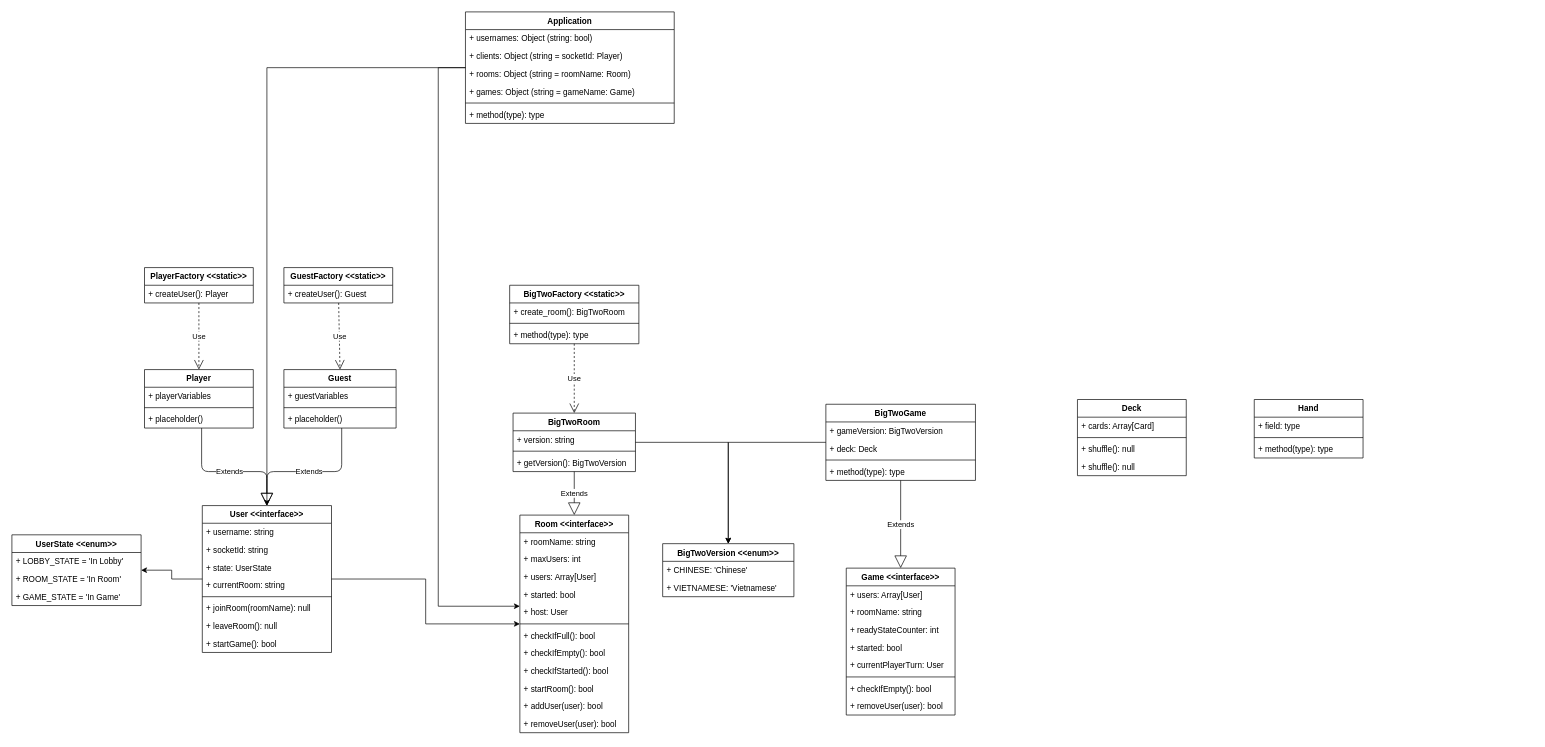
Earlier version of the draw.io diagram UML Diagram.drawio (yummyblabla/BigTwoNext). Source tidied: cells renumbered, new cells numbered last; positions are measured from the earlier drawing's top-left corner, leaving out a move shared by most shapes. Both pictures are drawn from the tidied source at 68%, with x=0, y=0 at pixel (12, 12).
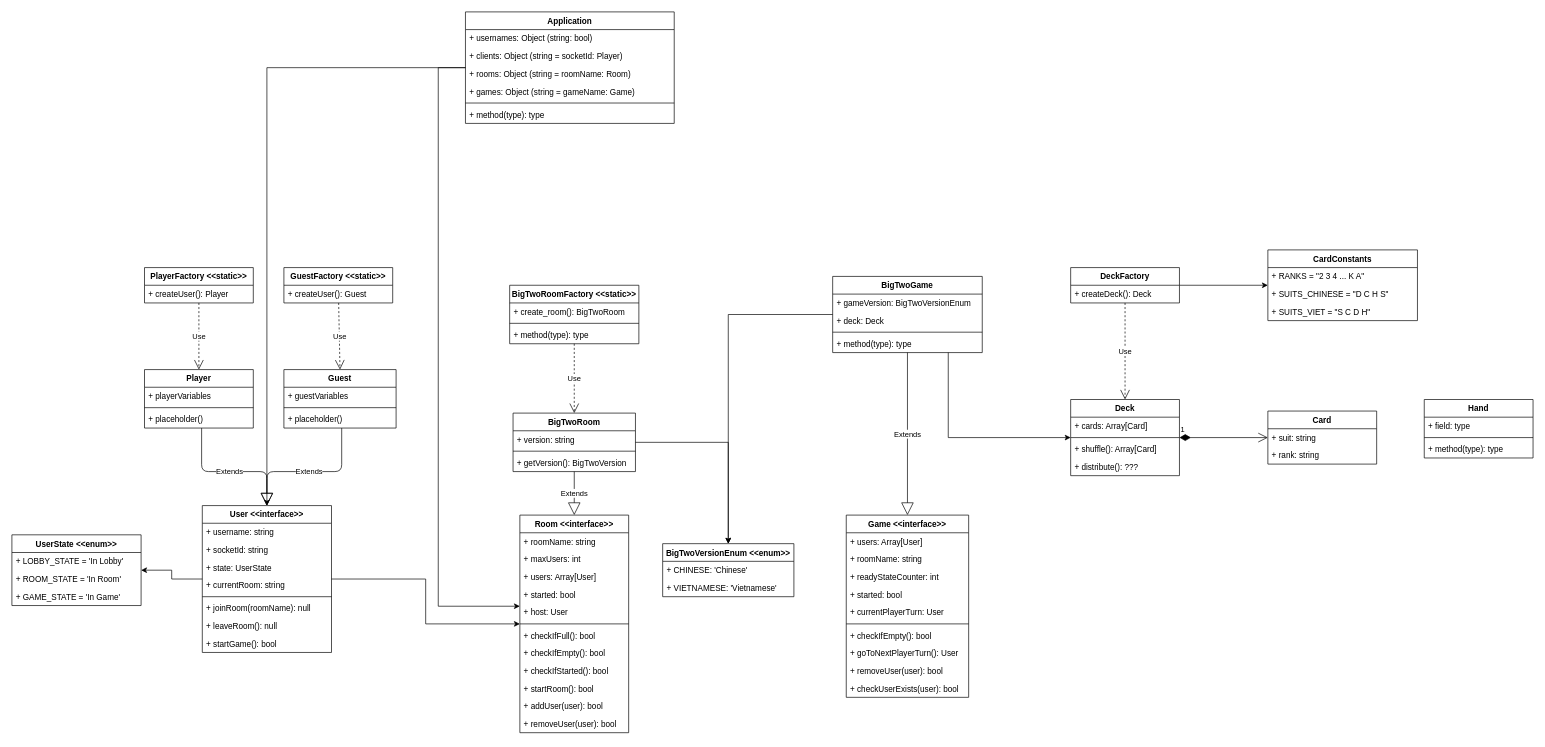
After the change.

The edit, as a diff of the source:
```diff
@@
-    <mxCell id="60" value="BigTwoVersion &lt;&lt;enum&gt;&gt;" style="swimlane;fontStyle=1;align=center;verticalAlign=top;horizontal=1;startSize=26;" parent="1" vertex="1">
+    <mxCell id="60" value="BigTwoVersionEnum &lt;&lt;enum&gt;&gt;" style="swimlane;fontStyle=1;align=center;verticalAlign=top;horizontal=1;startSize=26;" parent="1" vertex="1">
       <mxGeometry x="957" y="782" width="193" height="78" as="geometry" />
     </mxCell>
@@
-    <mxCell id="64" value="BigTwoFactory &lt;&lt;static&gt;&gt;" style="swimlane;fontStyle=1;align=center;verticalAlign=top;horizontal=1;startSize=26;" parent="1" vertex="1">
+    <mxCell id="64" value="BigTwoRoomFactory &lt;&lt;static&gt;&gt;" style="swimlane;fontStyle=1;align=center;verticalAlign=top;horizontal=1;startSize=26;" parent="1" vertex="1">
       <mxGeometry x="732" y="402" width="190" height="86" as="geometry" />
     </mxCell>
@@
     <mxCell id="69" value="Game &lt;&lt;interface&gt;&gt;" style="swimlane;fontStyle=1;align=center;verticalAlign=top;horizontal=1;startSize=26;" parent="1" vertex="1">
-      <mxGeometry x="1227" y="818" width="160" height="216" as="geometry" />
+      <mxGeometry x="1227" y="740" width="180" height="268" as="geometry" />
     </mxCell>
     <mxCell id="70" value="+ users: Array[User]" style="text;strokeColor=none;fillColor=none;align=left;verticalAlign=top;spacingLeft=4;spacingRight=4;overflow=hidden;" parent="69" vertex="1">
-      <mxGeometry y="26" width="160" height="26" as="geometry" />
+      <mxGeometry y="26" width="180" height="26" as="geometry" />
     </mxCell>
     <mxCell id="71" value="+ roomName: string" style="text;strokeColor=none;fillColor=none;align=left;verticalAlign=top;spacingLeft=4;spacingRight=4;overflow=hidden;" parent="69" vertex="1">
-      <mxGeometry y="52" width="160" height="26" as="geometry" />
+      <mxGeometry y="52" width="180" height="26" as="geometry" />
     </mxCell>
     <mxCell id="72" value="+ readyStateCounter: int" style="text;strokeColor=none;fillColor=none;align=left;verticalAlign=top;spacingLeft=4;spacingRight=4;overflow=hidden;" parent="69" vertex="1">
-      <mxGeometry y="78" width="160" height="26" as="geometry" />
+      <mxGeometry y="78" width="180" height="26" as="geometry" />
     </mxCell>
     <mxCell id="73" value="+ started: bool" style="text;strokeColor=none;fillColor=none;align=left;verticalAlign=top;spacingLeft=4;spacingRight=4;overflow=hidden;" parent="69" vertex="1">
-      <mxGeometry y="104" width="160" height="26" as="geometry" />
+      <mxGeometry y="104" width="180" height="26" as="geometry" />
     </mxCell>
     <mxCell id="74" value="+ currentPlayerTurn: User" style="text;strokeColor=none;fillColor=none;align=left;verticalAlign=top;spacingLeft=4;spacingRight=4;overflow=hidden;" parent="69" vertex="1">
-      <mxGeometry y="130" width="160" height="26" as="geometry" />
+      <mxGeometry y="130" width="180" height="26" as="geometry" />
     </mxCell>
     <mxCell id="75" style="line;strokeWidth=1;fillColor=none;align=left;verticalAlign=middle;spacingTop=-1;spacingLeft=3;spacingRight=3;labelPosition=right;" parent="69" vertex="1">
-      <mxGeometry y="156" width="160" height="8" as="geometry" />
+      <mxGeometry y="156" width="180" height="8" as="geometry" />
     </mxCell>
     <mxCell id="76" value="+ checkIfEmpty(): bool" style="text;strokeColor=none;fillColor=none;align=left;verticalAlign=top;spacingLeft=4;spacingRight=4;overflow=hidden;" parent="69" vertex="1">
-      <mxGeometry y="164" width="160" height="26" as="geometry" />
+      <mxGeometry y="164" width="180" height="26" as="geometry" />
     </mxCell>
+    <mxCell id="94" value="+ goToNextPlayerTurn(): User" style="text;strokeColor=none;fillColor=none;align=left;verticalAlign=top;spacingLeft=4;spacingRight=4;overflow=hidden;" parent="69" vertex="1">
+      <mxGeometry y="190" width="180" height="26" as="geometry" />
+    </mxCell>
     <mxCell id="77" value="+ removeUser(user): bool" style="text;strokeColor=none;fillColor=none;align=left;verticalAlign=top;spacingLeft=4;spacingRight=4;overflow=hidden;" parent="69" vertex="1">
-      <mxGeometry y="190" width="160" height="26" as="geometry" />
+      <mxGeometry y="216" width="180" height="26" as="geometry" />
     </mxCell>
+    <mxCell id="95" value="+ checkUserExists(user): bool" style="text;strokeColor=none;fillColor=none;align=left;verticalAlign=top;spacingLeft=4;spacingRight=4;overflow=hidden;" parent="69" vertex="1">
+      <mxGeometry y="242" width="180" height="26" as="geometry" />
+    </mxCell>
@@
+    <mxCell id="96" style="edgeStyle=orthogonalEdgeStyle;rounded=0;jettySize=auto;html=1;" parent="1" edge="1" source="79" target="85">
+      <mxGeometry relative="1" as="geometry">
+        <Array as="points">
+          <mxPoint x="1377" y="626" />
+        </Array>
+      </mxGeometry>
+    </mxCell>
     <mxCell id="79" value="BigTwoGame" style="swimlane;fontStyle=1;align=center;verticalAlign=top;horizontal=1;startSize=26;" parent="1" vertex="1">
-      <mxGeometry x="1197" y="577" width="220" height="112" as="geometry" />
+      <mxGeometry x="1207" y="389" width="220" height="112" as="geometry" />
     </mxCell>
-    <mxCell id="80" value="+ gameVersion: BigTwoVersion" style="text;strokeColor=none;fillColor=none;align=left;verticalAlign=top;spacingLeft=4;spacingRight=4;overflow=hidden;" parent="79" vertex="1">
+    <mxCell id="80" value="+ gameVersion: BigTwoVersionEnum" style="text;strokeColor=none;fillColor=none;align=left;verticalAlign=top;spacingLeft=4;spacingRight=4;overflow=hidden;" parent="79" vertex="1">
       <mxGeometry y="26" width="220" height="26" as="geometry" />
     </mxCell>
@@
     <mxCell id="85" value="Deck" style="swimlane;fontStyle=1;align=center;verticalAlign=top;horizontal=1;startSize=26;" parent="1" vertex="1">
-      <mxGeometry x="1567" y="570" width="160" height="112" as="geometry" />
+      <mxGeometry x="1557" y="570" width="160" height="112" as="geometry" />
     </mxCell>
@@
-    <mxCell id="88" value="+ shuffle(): null" style="text;strokeColor=none;fillColor=none;align=left;verticalAlign=top;spacingLeft=4;spacingRight=4;overflow=hidden;" parent="85" vertex="1">
+    <mxCell id="88" value="+ shuffle(): Array[Card]" style="text;strokeColor=none;fillColor=none;align=left;verticalAlign=top;spacingLeft=4;spacingRight=4;overflow=hidden;" parent="85" vertex="1">
       <mxGeometry y="60" width="160" height="26" as="geometry" />
     </mxCell>
-    <mxCell id="89" value="+ shuffle(): null" style="text;strokeColor=none;fillColor=none;align=left;verticalAlign=top;spacingLeft=4;spacingRight=4;overflow=hidden;" parent="85" vertex="1">
+    <mxCell id="89" value="+ distribute(): ???" style="text;strokeColor=none;fillColor=none;align=left;verticalAlign=top;spacingLeft=4;spacingRight=4;overflow=hidden;" parent="85" vertex="1">
       <mxGeometry y="86" width="160" height="26" as="geometry" />
     </mxCell>
     <mxCell id="90" value="Hand" style="swimlane;fontStyle=1;align=center;verticalAlign=top;horizontal=1;startSize=26;" parent="1" vertex="1">
-      <mxGeometry x="1827" y="570" width="160" height="86" as="geometry" />
+      <mxGeometry x="2077" y="570" width="160" height="86" as="geometry" />
     </mxCell>
@@
+    <mxCell id="97" style="edgeStyle=orthogonalEdgeStyle;rounded=0;jettySize=auto;html=1;" parent="1" edge="1" source="98" target="101">
+      <mxGeometry relative="1" as="geometry" />
+    </mxCell>
+    <mxCell id="98" value="DeckFactory" style="swimlane;fontStyle=1;align=center;verticalAlign=top;horizontal=1;startSize=26;" parent="1" vertex="1">
+      <mxGeometry x="1557" y="376" width="160" height="52" as="geometry" />
+    </mxCell>
+    <mxCell id="99" value="+ createDeck(): Deck" style="text;strokeColor=none;fillColor=none;align=left;verticalAlign=top;spacingLeft=4;spacingRight=4;overflow=hidden;" parent="98" vertex="1">
+      <mxGeometry y="26" width="160" height="26" as="geometry" />
+    </mxCell>
+    <mxCell id="100" value="Use" style="endArrow=open;endSize=12;dashed=1;html=1;" parent="1" edge="1" source="98" target="85">
+      <mxGeometry relative="1" as="geometry" />
+    </mxCell>
+    <mxCell id="101" value="CardConstants" style="swimlane;fontStyle=1;align=center;verticalAlign=top;horizontal=1;startSize=26;" parent="1" vertex="1">
+      <mxGeometry x="1847" y="350" width="220" height="104" as="geometry" />
+    </mxCell>
+    <mxCell id="102" value="+ RANKS = &quot;2 3 4 ... K A&quot;" style="text;strokeColor=none;fillColor=none;align=left;verticalAlign=top;spacingLeft=4;spacingRight=4;overflow=hidden;" parent="101" vertex="1">
+      <mxGeometry y="26" width="220" height="26" as="geometry" />
+    </mxCell>
+    <mxCell id="103" value="+ SUITS_CHINESE = &quot;D C H S&quot;" style="text;strokeColor=none;fillColor=none;align=left;verticalAlign=top;spacingLeft=4;spacingRight=4;overflow=hidden;" parent="101" vertex="1">
+      <mxGeometry y="52" width="220" height="26" as="geometry" />
+    </mxCell>
+    <mxCell id="104" value="+ SUITS_VIET = &quot;S C D H&quot;" style="text;strokeColor=none;fillColor=none;align=left;verticalAlign=top;spacingLeft=4;spacingRight=4;overflow=hidden;" parent="101" vertex="1">
+      <mxGeometry y="78" width="220" height="26" as="geometry" />
+    </mxCell>
+    <mxCell id="105" value="Card" style="swimlane;fontStyle=1;align=center;verticalAlign=top;horizontal=1;startSize=26;" parent="1" vertex="1">
+      <mxGeometry x="1847" y="587" width="160" height="78" as="geometry" />
+    </mxCell>
+    <mxCell id="106" value="+ suit: string" style="text;strokeColor=none;fillColor=none;align=left;verticalAlign=top;spacingLeft=4;spacingRight=4;overflow=hidden;" parent="105" vertex="1">
+      <mxGeometry y="26" width="160" height="26" as="geometry" />
+    </mxCell>
+    <mxCell id="107" value="+ rank: string" style="text;strokeColor=none;fillColor=none;align=left;verticalAlign=top;spacingLeft=4;spacingRight=4;overflow=hidden;" parent="105" vertex="1">
+      <mxGeometry y="52" width="160" height="26" as="geometry" />
+    </mxCell>
+    <mxCell id="108" value="1" style="endArrow=open;html=1;endSize=12;startArrow=diamondThin;startSize=14;startFill=1;edgeStyle=orthogonalEdgeStyle;align=left;verticalAlign=bottom;" parent="1" edge="1" source="85" target="105">
+      <mxGeometry x="-1" y="3" relative="1" as="geometry" />
+    </mxCell>
```
